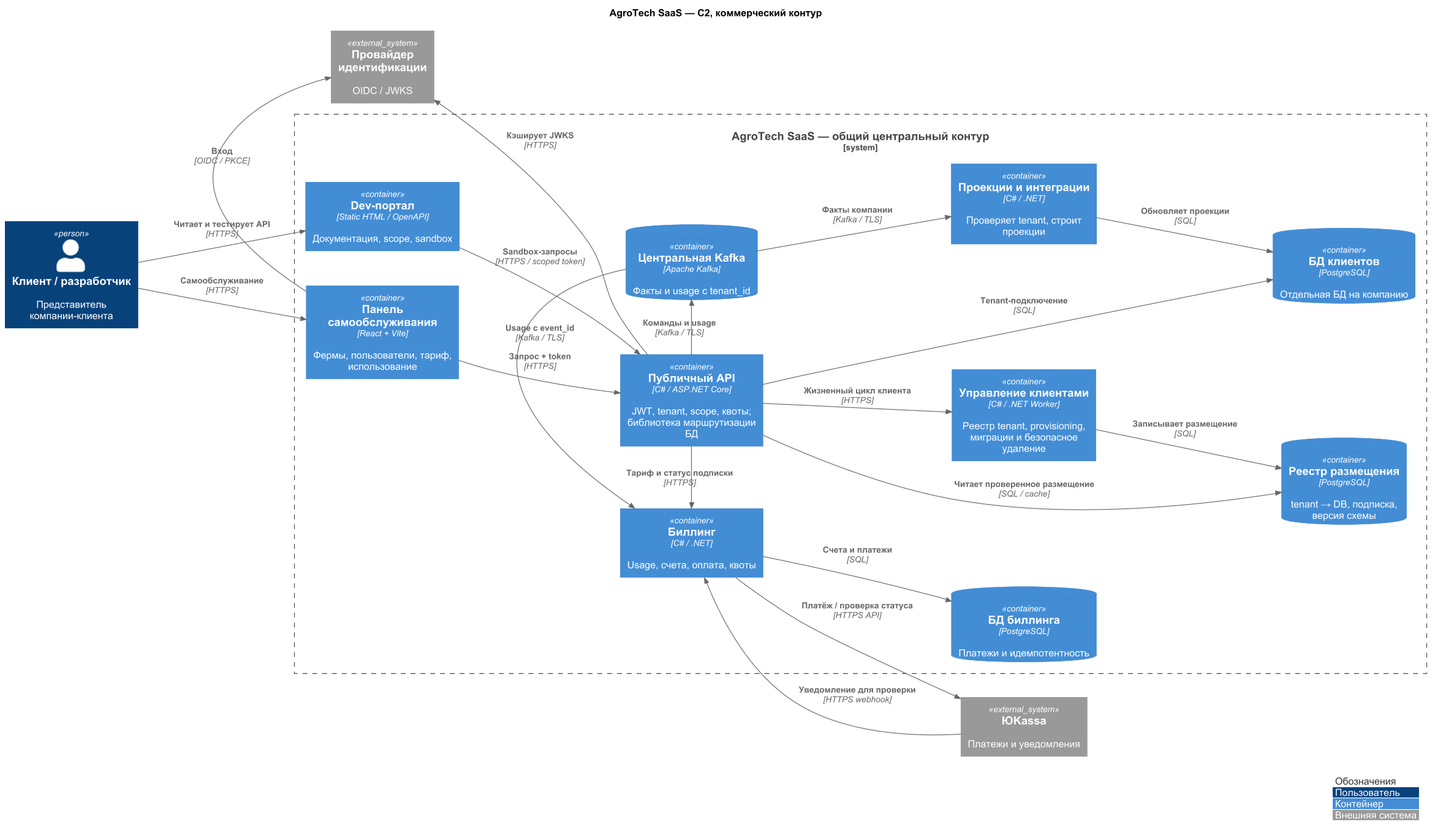
Above: Task5/diagrams/c2-saas-tobe.png in rozhkovsvyat/MSA-AgroTech (PlantUML), before the change. Its diagram source:
```plantuml
@startuml
!define RELATIVE_INCLUDE true
!include ../../diagrams/vendor/c4-plantuml/C4_Container.puml
LAYOUT_LANDSCAPE()
skinparam defaultFontName Arial
skinparam dpi 110
skinparam nodesep 50
skinparam ranksep 100
show stereotype
title AgroTech SaaS — C2, коммерческий контур

Person(user, "Клиент / разработчик", "Представитель компании-клиента")
System_Ext(idp, "Провайдер идентификации", "OIDC / JWKS")
System_Ext(pay, "ЮKassa", "Платежи и уведомления")
System_Boundary(saas, "AgroTech SaaS — общий центральный контур") {
 Container(portal, "Панель самообслуживания", "React + Vite", "Фермы, пользователи, тариф, использование")
 Container(devportal, "Dev-портал", "Static HTML / OpenAPI", "Документация, scope, sandbox")
 Container(api, "Публичный API", "C# / ASP.NET Core", "JWT, tenant, scope, квоты;\nбиблиотека маршрутизации БД")
 Container(provision, "Управление клиентами", "C# / .NET Worker", "Реестр tenant, provisioning,\nмиграции и безопасное удаление")
 ContainerDb(reg, "Реестр размещения", "PostgreSQL", "tenant → DB, подписка, версия схемы")
 ContainerDb(db, "БД клиентов", "PostgreSQL", "Отдельная БД на компанию")
 Container(billing, "Биллинг", "C# / .NET", "Usage, счета, оплата, квоты")
 ContainerDb(billdb, "БД биллинга", "PostgreSQL", "Платежи и идемпотентность")
 ContainerDb(events, "Центральная Kafka", "Apache Kafka", "Факты и usage с tenant_id")
 Container(project, "Проекции и интеграции", "C# / .NET", "Проверяет tenant, строит проекции")
}
Rel_R(user, portal, "Самообслуживание", "HTTPS")
Rel_R(user, devportal, "Читает и тестирует API", "HTTPS")
Rel_R(portal, api, "Запрос + token", "HTTPS")
Rel_R(devportal, api, "Sandbox-запросы", "HTTPS / scoped token")
Rel_U(portal, idp, "Вход", "OIDC / PKCE")
Rel_U(api, idp, "Кэширует JWKS", "HTTPS")
Rel_R(api, provision, "Жизненный цикл клиента", "HTTPS")
Rel_R(provision, reg, "Записывает размещение", "SQL")
Rel_D(api, reg, "Читает проверенное размещение", "SQL / cache")
Rel_D(api, db, "Tenant-подключение", "SQL")
Rel_D(api, events, "Команды и usage", "Kafka / TLS")
Rel_R(events, project, "Факты компании", "Kafka / TLS")
Rel_R(project, db, "Обновляет проекции", "SQL")
Rel_D(events, billing, "Usage с event_id", "Kafka / TLS")
Rel_R(billing, billdb, "Счета и платежи", "SQL")
Rel_R(billing, pay, "Платёж / проверка статуса", "HTTPS API")
Rel_R(pay, billing, "Уведомление для проверки", "HTTPS webhook")
Rel_D(api, billing, "Тариф и статус подписки", "HTTPS")

legend right
|<#FFFFFF><color:#333333> Обозначения |
|<#08427B><color:white> Пользователь |
|<#438DD5><color:white> Контейнер |
|<#999999><color:white> Внешняя система |
endlegend
@enduml
```
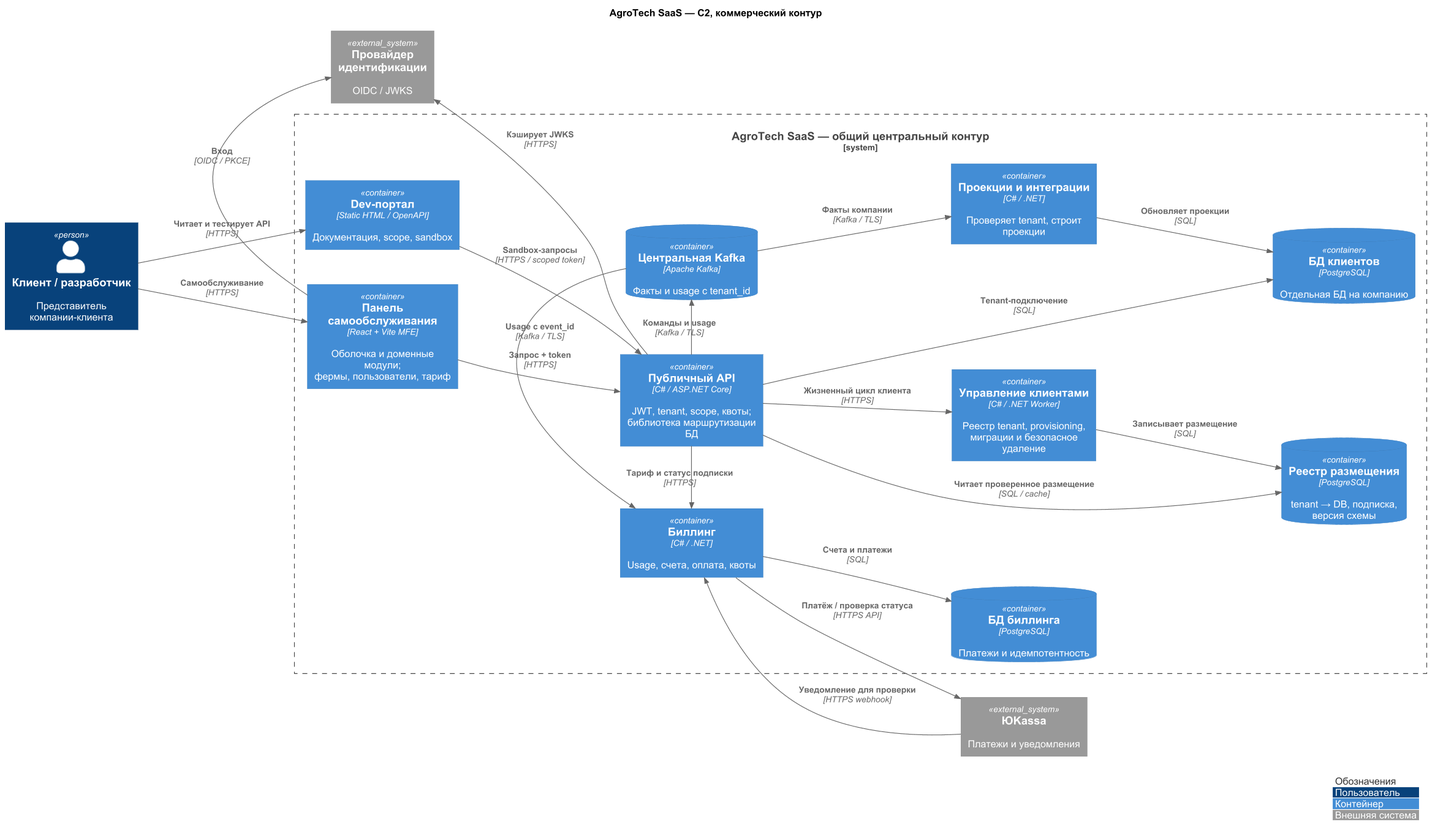
The same file after the commit.

The edit, as a diff of the source:
```diff
@@ -13,7 +13,7 @@
 System_Ext(idp, "Провайдер идентификации", "OIDC / JWKS")
 System_Ext(pay, "ЮKassa", "Платежи и уведомления")
 System_Boundary(saas, "AgroTech SaaS — общий центральный контур") {
- Container(portal, "Панель самообслуживания", "React + Vite", "Фермы, пользователи, тариф, использование")
+ Container(portal, "Панель самообслуживания", "React + Vite MFE", "Оболочка и доменные модули;\nфермы, пользователи, тариф")
  Container(devportal, "Dev-портал", "Static HTML / OpenAPI", "Документация, scope, sandbox")
  Container(api, "Публичный API", "C# / ASP.NET Core", "JWT, tenant, scope, квоты;\nбиблиотека маршрутизации БД")
  Container(provision, "Управление клиентами", "C# / .NET Worker", "Реестр tenant, provisioning,\nмиграции и безопасное удаление")
```
